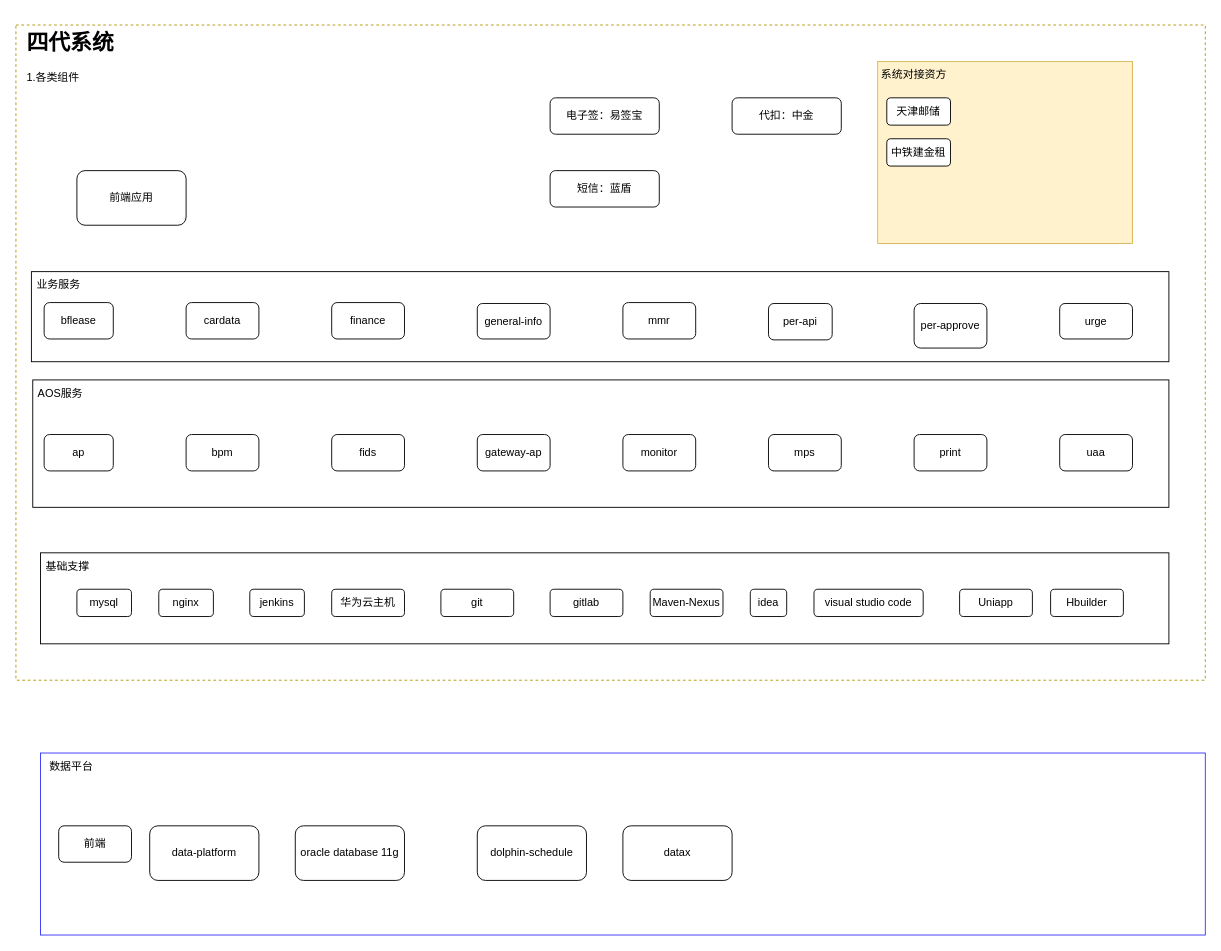
XiongZen/QJReconstitution keeps this draw.io diagram as 现有系统结构.drawio. Above is the earlier version. Source tidied: cells renumbered, new cells numbered last; positions are measured from the earlier drawing's top-left corner, leaving out a move shared by most shapes. Both pictures are drawn from the tidied source at 91%, with x=0, y=0 at pixel (15, 25).
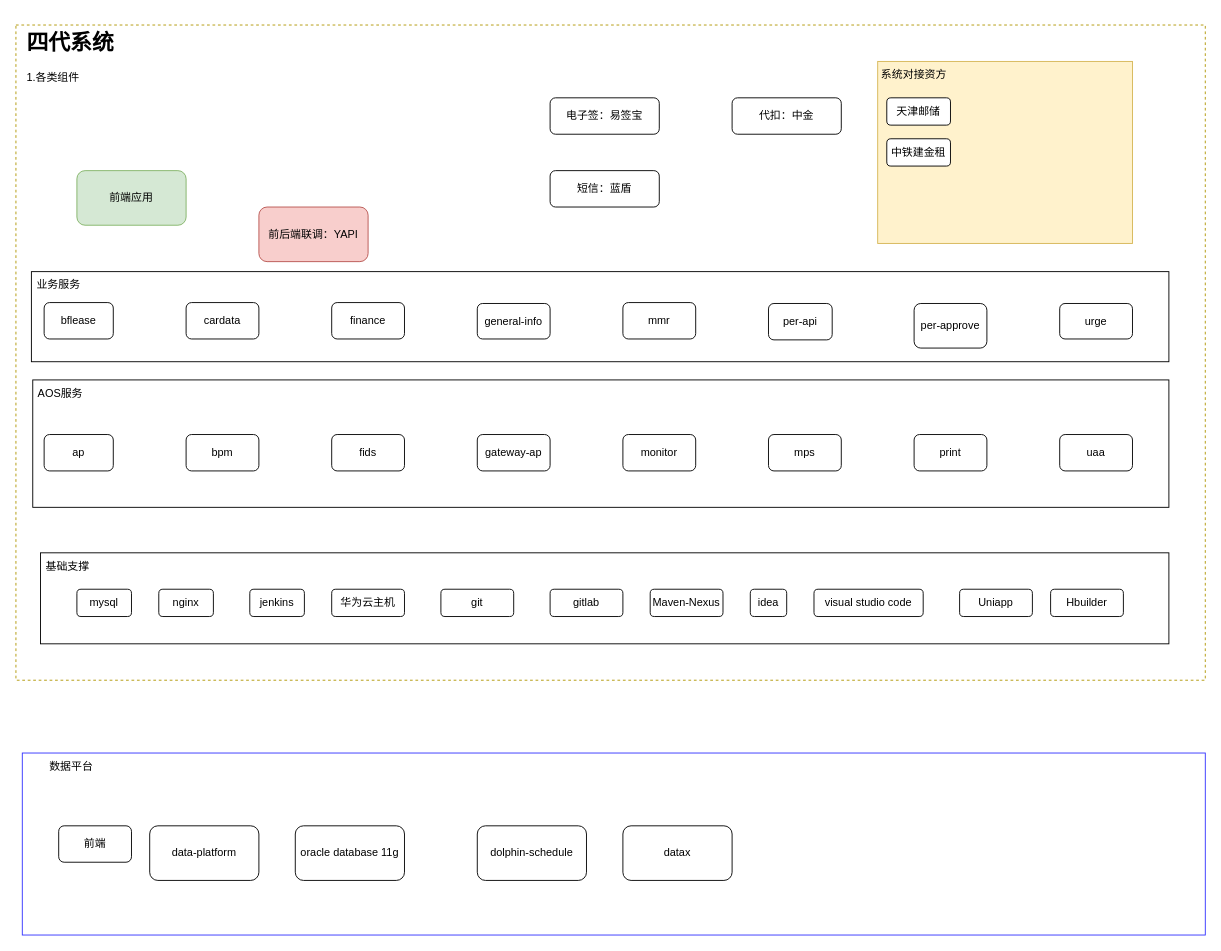
After the change.

Commit message:
更新现有系统结构.drawio

Diff of the diagram source:
```diff
@@
-    <mxCell id="21" value="前端应用" style="rounded=1;whiteSpace=wrap;html=1;" parent="1" vertex="1">
+    <mxCell id="21" value="前端应用" style="rounded=1;whiteSpace=wrap;html=1;fillColor=#d5e8d4;strokeColor=#82b366;" parent="1" vertex="1">
       <mxGeometry x="67" y="160" width="120" height="60" as="geometry" />
     </mxCell>
@@
     <mxCell id="45" style="rounded=0;whiteSpace=wrap;html=1;fillStyle=hatch;strokeColor=#3333FF;" parent="1" vertex="1">
-      <mxGeometry x="27" y="800" width="1280" height="200" as="geometry" />
+      <mxGeometry x="7" y="800" width="1300" height="200" as="geometry" />
     </mxCell>
@@
+    <mxCell id="52" value="前后端联调：YAPI" style="rounded=1;whiteSpace=wrap;html=1;fillColor=#f8cecc;strokeColor=#b85450;" parent="1" vertex="1">
+      <mxGeometry x="267" y="200" width="120" height="60" as="geometry" />
+    </mxCell>
```
